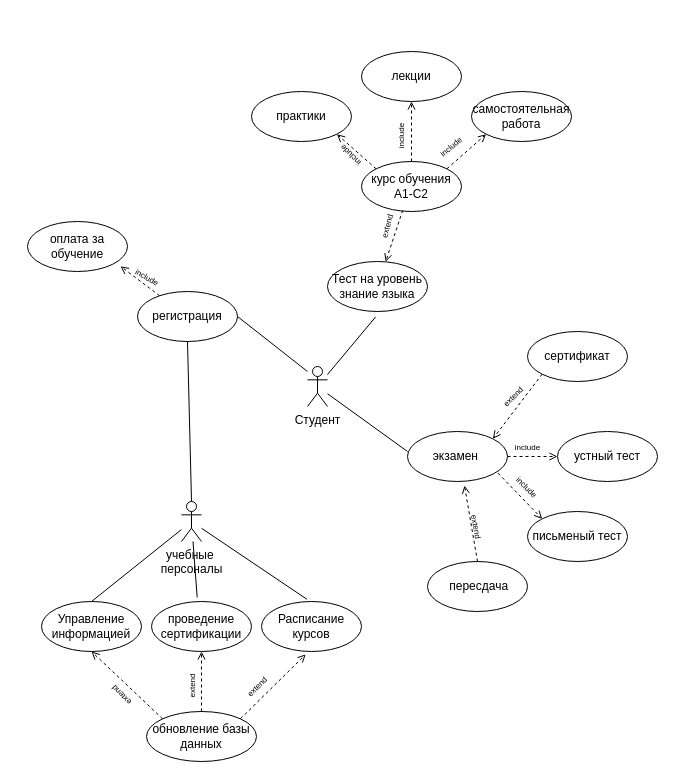
mati-tech/draw.io keeps this draw.io diagram as Masa_school_use_case_diagram.drawio. Above is the earlier version. Source tidied: cells renumbered, new cells numbered last; positions are measured from the earlier drawing's top-left corner, leaving out a move shared by most shapes. Both pictures are drawn from the tidied source at 100%, with x=0, y=0 at pixel (27, 51).
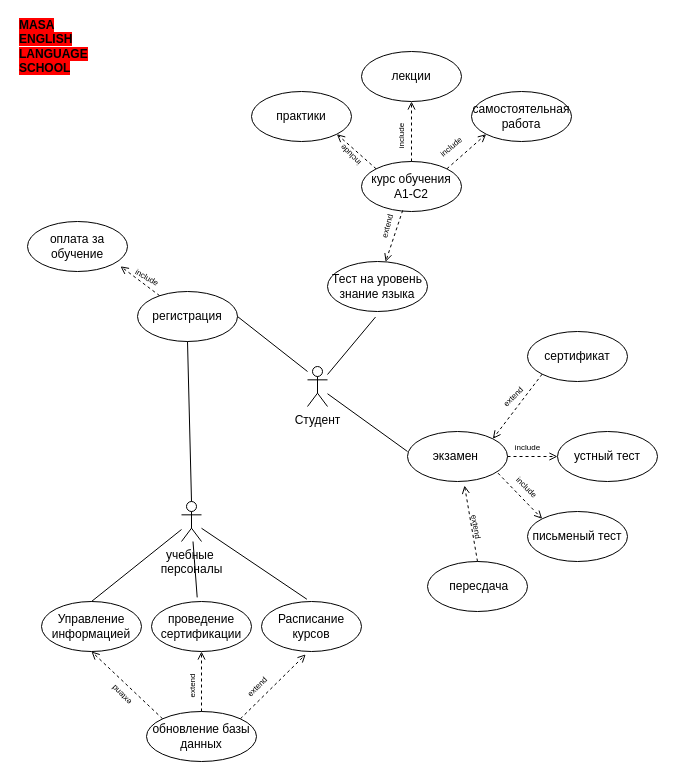
After the change.

Diff of the diagram source:
```diff
@@
+    <mxCell id="51" value="&lt;b style=&quot;background-color: rgb(255, 0, 0);&quot;&gt;MASA ENGLISH LANGUAGE SCHOOL&lt;/b&gt;" style="text;html=1;align=left;verticalAlign=middle;whiteSpace=wrap;rounded=0;" parent="1" vertex="1">
+      <mxGeometry x="-10" y="-20" width="60" height="30" as="geometry" />
+    </mxCell>
```
